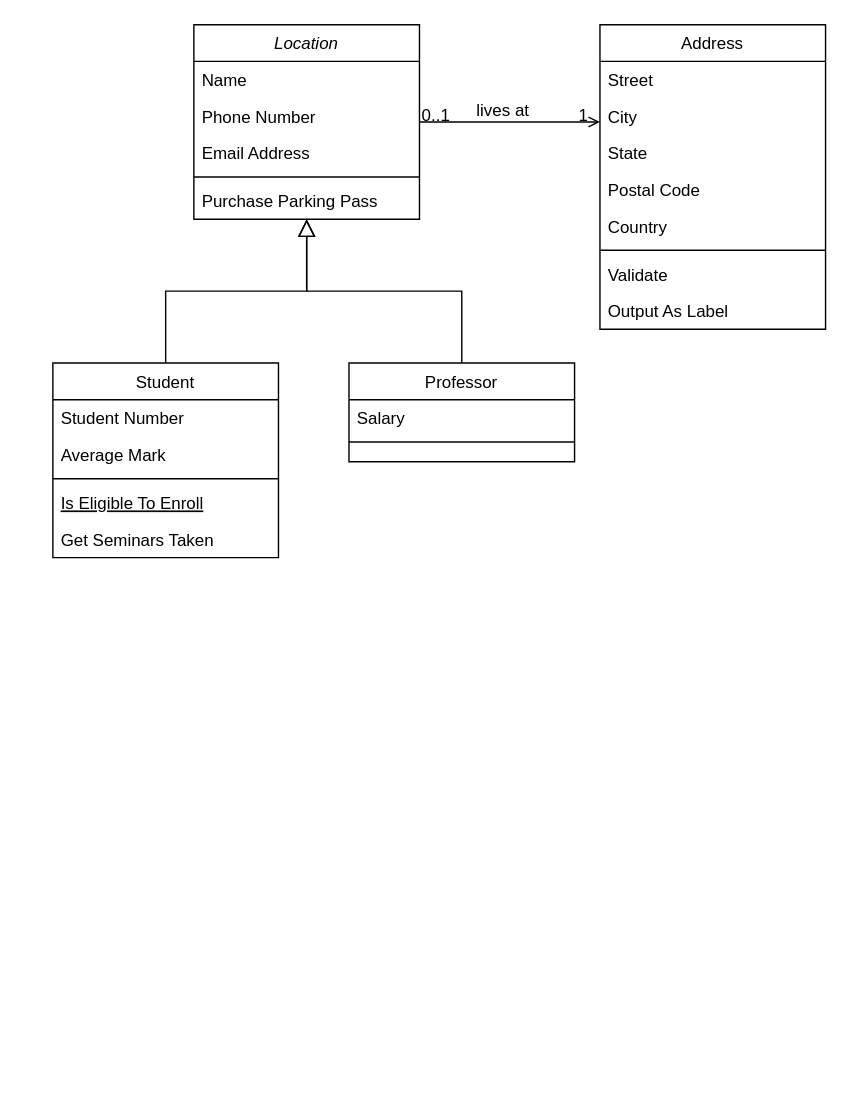
Earlier version of the draw.io diagram Untitled Diagram.drawio (CredoMb/NewsFeed). Source tidied: cells renumbered, new cells numbered last; positions are measured from the earlier drawing's top-left corner, leaving out a move shared by most shapes. Both pictures are drawn from the tidied source at 141%, with x=0, y=0 at pixel (52, 24).
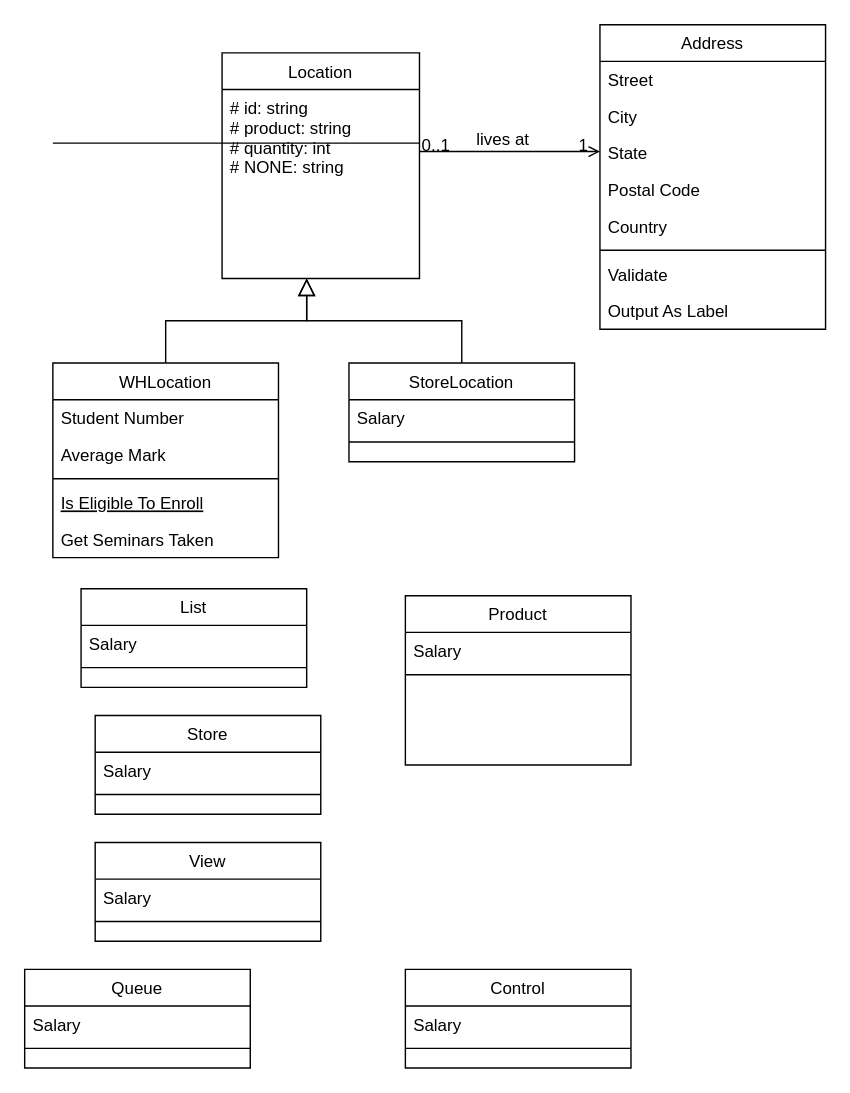
Above is the later version.

Commit message:
Start creating location class

Unchanged cells that the change refers to:
```xml
<mxCell id="19" value="Address" style="swimlane;fontStyle=0;align=center;verticalAlign=top;horizontal=1;startSize=26;rounded=0;shadow=0;strokeWidth=1;" parent="1" vertex="1">
  <mxGeometry x="388" width="160" height="216" as="geometry" />
</mxCell>
```

Diff of the diagram source:
```diff
@@
-    <mxCell id="2" value="Location" style="swimlane;fontStyle=2;align=center;verticalAlign=top;horizontal=1;startSize=26;rounded=0;shadow=0;strokeWidth=1;" parent="1" vertex="1">
-      <mxGeometry x="100" width="160" height="138" as="geometry" />
-    </mxCell>
-    <mxCell id="3" value="Name" style="text;align=left;verticalAlign=top;spacingLeft=4;spacingRight=4;overflow=hidden;" parent="2" vertex="1">
-      <mxGeometry y="26" width="160" height="26" as="geometry" />
-    </mxCell>
-    <mxCell id="4" value="Phone Number" style="text;align=left;verticalAlign=top;spacingLeft=4;spacingRight=4;overflow=hidden;rounded=0;shadow=0;html=0;" parent="2" vertex="1">
-      <mxGeometry y="52" width="160" height="26" as="geometry" />
-    </mxCell>
-    <mxCell id="5" value="Email Address" style="text;align=left;verticalAlign=top;spacingLeft=4;spacingRight=4;overflow=hidden;rounded=0;shadow=0;html=0;" parent="2" vertex="1">
-      <mxGeometry y="78" width="160" height="26" as="geometry" />
-    </mxCell>
-    <mxCell id="6" style="line;html=1;strokeWidth=1;align=left;verticalAlign=middle;spacingTop=-1;spacingLeft=3;spacingRight=3;labelPosition=right;" parent="2" vertex="1">
-      <mxGeometry y="104" width="160" height="8" as="geometry" />
-    </mxCell>
-    <mxCell id="7" value="Purchase Parking Pass" style="text;align=left;verticalAlign=top;spacingLeft=4;spacingRight=4;overflow=hidden;" parent="2" vertex="1">
-      <mxGeometry y="112" width="160" height="26" as="geometry" />
-    </mxCell>
-    <mxCell id="8" value="Student" style="swimlane;fontStyle=0;align=center;verticalAlign=top;horizontal=1;startSize=26;rounded=0;shadow=0;strokeWidth=1;" parent="1" vertex="1">
+    <mxCell id="8" value="WHLocation" style="swimlane;fontStyle=0;align=center;verticalAlign=top;horizontal=1;startSize=26;rounded=0;shadow=0;strokeWidth=1;" parent="1" vertex="1">
       <mxGeometry y="240" width="160" height="138" as="geometry" />
     </mxCell>
@@
-    <mxCell id="14" style="endArrow=block;endSize=10;endFill=0;shadow=0;strokeWidth=1;rounded=0;edgeStyle=elbowEdgeStyle;elbow=vertical;" parent="1" edge="1" source="8" target="2">
-      <mxGeometry relative="1" as="geometry" />
+    <mxCell id="14" style="endArrow=block;endSize=10;endFill=0;shadow=0;strokeWidth=1;rounded=0;edgeStyle=elbowEdgeStyle;elbow=vertical;" parent="1" edge="1" source="8">
+      <mxGeometry relative="1" as="geometry">
+        <mxPoint x="180" y="180" as="targetPoint" />
+      </mxGeometry>
     </mxCell>
-    <mxCell id="15" value="Professor" style="swimlane;fontStyle=0;align=center;verticalAlign=top;horizontal=1;startSize=26;rounded=0;shadow=0;strokeWidth=1;" parent="1" vertex="1">
+    <mxCell id="15" value="StoreLocation" style="swimlane;fontStyle=0;align=center;verticalAlign=top;horizontal=1;startSize=26;rounded=0;shadow=0;strokeWidth=1;" parent="1" vertex="1">
       <mxGeometry x="210" y="240" width="160" height="70" as="geometry" />
     </mxCell>
@@
-    <mxCell id="18" style="endArrow=block;endSize=10;endFill=0;shadow=0;strokeWidth=1;rounded=0;edgeStyle=elbowEdgeStyle;elbow=vertical;" parent="1" edge="1" source="15" target="2">
-      <mxGeometry relative="1" as="geometry" />
+    <mxCell id="18" style="endArrow=block;endSize=10;endFill=0;shadow=0;strokeWidth=1;rounded=0;edgeStyle=elbowEdgeStyle;elbow=vertical;" parent="1" edge="1" source="15">
+      <mxGeometry relative="1" as="geometry">
+        <mxPoint x="180" y="180" as="targetPoint" />
+      </mxGeometry>
     </mxCell>
@@
-    <mxCell id="28" style="endArrow=open;shadow=0;strokeWidth=1;rounded=0;endFill=1;edgeStyle=elbowEdgeStyle;elbow=vertical;" parent="1" edge="1" source="2" target="19">
+    <mxCell id="28" style="endArrow=open;shadow=0;strokeWidth=1;rounded=0;endFill=1;edgeStyle=elbowEdgeStyle;elbow=vertical;" parent="1" edge="1" target="19">
       <mxGeometry x="0.5" y="41" relative="1" as="geometry">
+        <mxPoint x="260" y="90" as="sourcePoint" />
         <mxPoint x="-40" y="32" as="offset" />
       </mxGeometry>
     </mxCell>
@@
+    <mxCell id="32" value="Product" style="swimlane;fontStyle=0;align=center;verticalAlign=top;horizontal=1;startSize=26;rounded=0;shadow=0;strokeWidth=1;" parent="1" vertex="1">
+      <mxGeometry x="250" y="405" width="160" height="120" as="geometry" />
+    </mxCell>
+    <mxCell id="33" value="Salary&#10;" style="text;align=left;verticalAlign=top;spacingLeft=4;spacingRight=4;overflow=hidden;" parent="32" vertex="1">
+      <mxGeometry y="26" width="160" height="26" as="geometry" />
+    </mxCell>
+    <mxCell id="34" style="line;html=1;strokeWidth=1;align=left;verticalAlign=middle;spacingTop=-1;spacingLeft=3;spacingRight=3;labelPosition=right;" parent="32" vertex="1">
+      <mxGeometry y="52" width="160" height="8" as="geometry" />
+    </mxCell>
+    <mxCell id="35" value="List" style="swimlane;fontStyle=0;align=center;verticalAlign=top;horizontal=1;startSize=26;rounded=0;shadow=0;strokeWidth=1;" parent="1" vertex="1">
+      <mxGeometry x="20" y="400" width="160" height="70" as="geometry" />
+    </mxCell>
+    <mxCell id="36" value="Salary" style="text;align=left;verticalAlign=top;spacingLeft=4;spacingRight=4;overflow=hidden;" parent="35" vertex="1">
+      <mxGeometry y="26" width="160" height="26" as="geometry" />
+    </mxCell>
+    <mxCell id="37" style="line;html=1;strokeWidth=1;align=left;verticalAlign=middle;spacingTop=-1;spacingLeft=3;spacingRight=3;labelPosition=right;" parent="35" vertex="1">
+      <mxGeometry y="52" width="160" height="8" as="geometry" />
+    </mxCell>
+    <mxCell id="38" value="Queue" style="swimlane;fontStyle=0;align=center;verticalAlign=top;horizontal=1;startSize=26;rounded=0;shadow=0;strokeWidth=1;" parent="1" vertex="1">
+      <mxGeometry x="-20" y="670" width="160" height="70" as="geometry" />
+    </mxCell>
+    <mxCell id="39" value="Salary" style="text;align=left;verticalAlign=top;spacingLeft=4;spacingRight=4;overflow=hidden;" parent="38" vertex="1">
+      <mxGeometry y="26" width="160" height="26" as="geometry" />
+    </mxCell>
+    <mxCell id="40" style="line;html=1;strokeWidth=1;align=left;verticalAlign=middle;spacingTop=-1;spacingLeft=3;spacingRight=3;labelPosition=right;" parent="38" vertex="1">
+      <mxGeometry y="52" width="160" height="8" as="geometry" />
+    </mxCell>
+    <mxCell id="41" value="Store" style="swimlane;fontStyle=0;align=center;verticalAlign=top;horizontal=1;startSize=26;rounded=0;shadow=0;strokeWidth=1;" parent="1" vertex="1">
+      <mxGeometry x="30" y="490" width="160" height="70" as="geometry" />
+    </mxCell>
+    <mxCell id="42" value="Salary" style="text;align=left;verticalAlign=top;spacingLeft=4;spacingRight=4;overflow=hidden;" parent="41" vertex="1">
+      <mxGeometry y="26" width="160" height="26" as="geometry" />
+    </mxCell>
+    <mxCell id="43" style="line;html=1;strokeWidth=1;align=left;verticalAlign=middle;spacingTop=-1;spacingLeft=3;spacingRight=3;labelPosition=right;" parent="41" vertex="1">
+      <mxGeometry y="52" width="160" height="8" as="geometry" />
+    </mxCell>
+    <mxCell id="44" value="Control" style="swimlane;fontStyle=0;align=center;verticalAlign=top;horizontal=1;startSize=26;rounded=0;shadow=0;strokeWidth=1;" parent="1" vertex="1">
+      <mxGeometry x="250" y="670" width="160" height="70" as="geometry" />
+    </mxCell>
+    <mxCell id="45" value="Salary" style="text;align=left;verticalAlign=top;spacingLeft=4;spacingRight=4;overflow=hidden;" parent="44" vertex="1">
+      <mxGeometry y="26" width="160" height="26" as="geometry" />
+    </mxCell>
+    <mxCell id="46" style="line;html=1;strokeWidth=1;align=left;verticalAlign=middle;spacingTop=-1;spacingLeft=3;spacingRight=3;labelPosition=right;" parent="44" vertex="1">
+      <mxGeometry y="52" width="160" height="8" as="geometry" />
+    </mxCell>
+    <mxCell id="47" value="View" style="swimlane;fontStyle=0;align=center;verticalAlign=top;horizontal=1;startSize=26;rounded=0;shadow=0;strokeWidth=1;" parent="1" vertex="1">
+      <mxGeometry x="30" y="580" width="160" height="70" as="geometry" />
+    </mxCell>
+    <mxCell id="48" value="Salary" style="text;align=left;verticalAlign=top;spacingLeft=4;spacingRight=4;overflow=hidden;" parent="47" vertex="1">
+      <mxGeometry y="26" width="160" height="26" as="geometry" />
+    </mxCell>
+    <mxCell id="49" style="line;html=1;strokeWidth=1;align=left;verticalAlign=middle;spacingTop=-1;spacingLeft=3;spacingRight=3;labelPosition=right;" parent="47" vertex="1">
+      <mxGeometry y="52" width="160" height="8" as="geometry" />
+    </mxCell>
+    <mxCell id="2" value="Location" style="swimlane;fontStyle=0;horizontal=1;startSize=26;fillColor=none;" parent="1" vertex="1">
+      <mxGeometry x="120" y="20" width="140" height="160" as="geometry" />
+    </mxCell>
+    <mxCell id="50" value="# id: string&#10;# product: string&#10;# quantity: int&#10;# NONE: string" style="text;strokeColor=none;fillColor=none;align=left;verticalAlign=top;spacingLeft=4;spacingRight=4;overflow=hidden;" parent="2" vertex="1">
+      <mxGeometry y="26" width="140" height="134" as="geometry" />
+    </mxCell>
+    <mxCell id="51" style="line;strokeWidth=1;fillColor=none;align=left;verticalAlign=middle;spacingTop=-1;spacingLeft=3;spacingRight=3;labelPosition=right;" parent="1" vertex="1">
+      <mxGeometry y="80" width="260" height="8" as="geometry" />
+    </mxCell>
```
